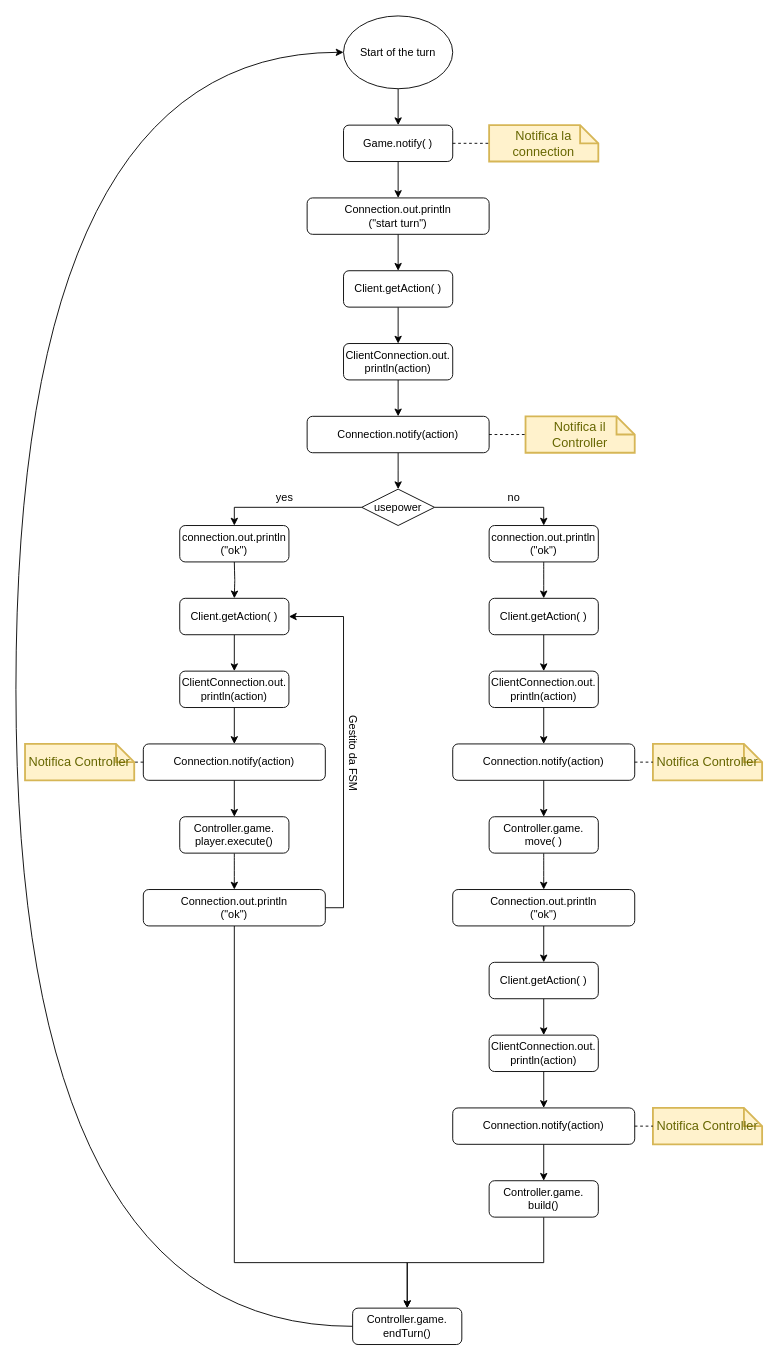
Earlier version of the draw.io diagram various/Turn.drawio (riccardopaltrinieri/Santorini-desktop-game). Source tidied: cells renumbered, new cells numbered last; positions are measured from the earlier drawing's top-left corner, leaving out a move shared by most shapes. Both pictures are drawn from the tidied source at 91%, with x=0, y=0 at pixel (15, 15).
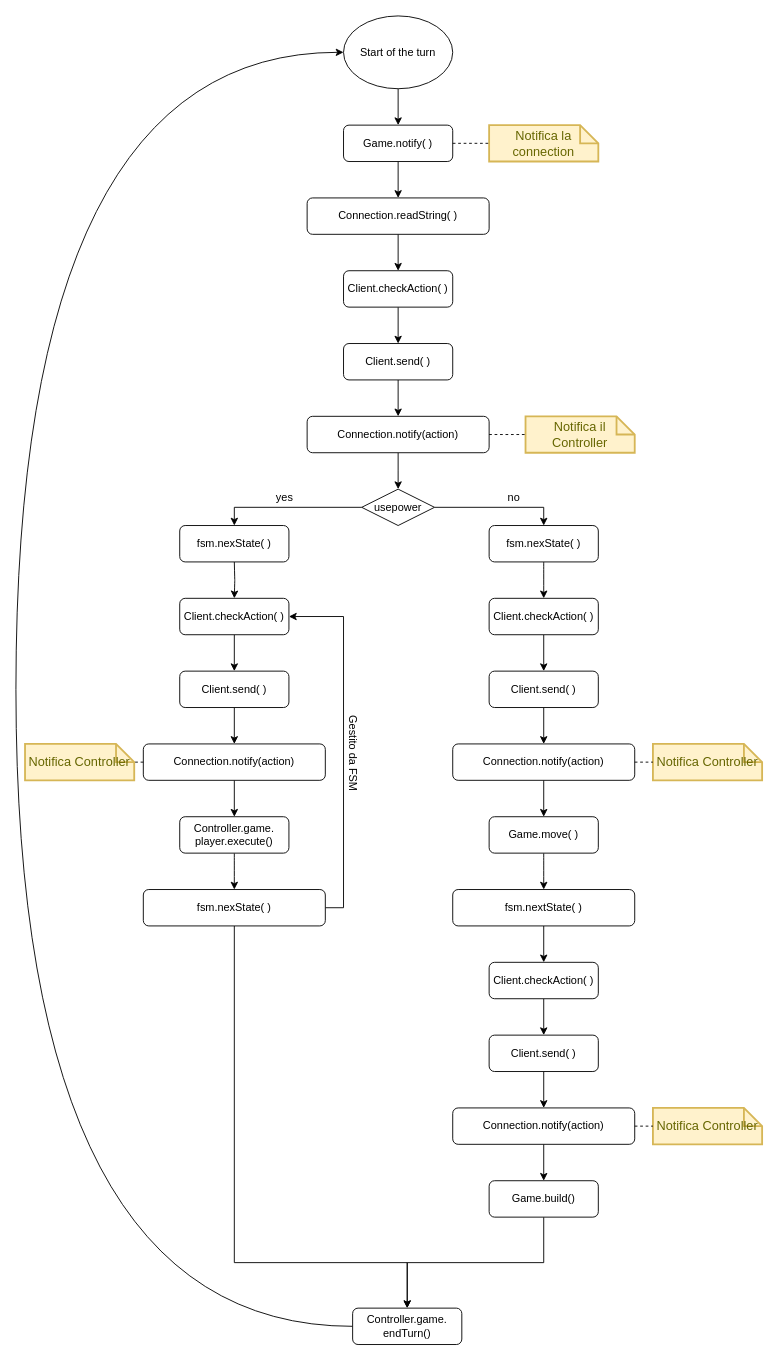
The same page after the edit.

Diff of the diagram source:
```diff
@@
-    <mxCell id="7" value="Connection.out.println&lt;br&gt;(&quot;start turn&quot;)" style="rounded=1;whiteSpace=wrap;html=1;" parent="1" vertex="1">
+    <mxCell id="7" value="Connection.readString( )" style="rounded=1;whiteSpace=wrap;html=1;" parent="1" vertex="1">
       <mxGeometry x="320" y="200" width="200" height="40" as="geometry" />
     </mxCell>
@@
-    <mxCell id="9" value="Client.getAction( )" style="rounded=1;whiteSpace=wrap;html=1;" parent="1" vertex="1">
+    <mxCell id="9" value="Client.checkAction( )" style="rounded=1;whiteSpace=wrap;html=1;" parent="1" vertex="1">
       <mxGeometry x="360" y="280" width="120" height="40" as="geometry" />
     </mxCell>
@@
-    <mxCell id="11" value="ClientConnection.out.&lt;br&gt;println(action)" style="rounded=1;whiteSpace=wrap;html=1;" parent="1" vertex="1">
+    <mxCell id="11" value="Client.send( )" style="rounded=1;whiteSpace=wrap;html=1;" parent="1" vertex="1">
       <mxGeometry x="360" y="360" width="120" height="40" as="geometry" />
     </mxCell>
@@
-    <mxCell id="23" value="Client.getAction( )" style="rounded=1;whiteSpace=wrap;html=1;" parent="1" vertex="1">
+    <mxCell id="23" value="Client.checkAction( )" style="rounded=1;whiteSpace=wrap;html=1;" parent="1" vertex="1">
       <mxGeometry x="520" y="640" width="120" height="40" as="geometry" />
     </mxCell>
@@
-    <mxCell id="25" value="ClientConnection.out.&lt;br&gt;println(action)" style="rounded=1;whiteSpace=wrap;html=1;" parent="1" vertex="1">
+    <mxCell id="25" value="Client.send( )" style="rounded=1;whiteSpace=wrap;html=1;" parent="1" vertex="1">
       <mxGeometry x="520" y="720" width="120" height="40" as="geometry" />
     </mxCell>
@@
-    <mxCell id="31" value="Controller.game.&lt;br&gt;build()" style="rounded=1;whiteSpace=wrap;html=1;" parent="1" vertex="1">
+    <mxCell id="31" value="Game.build()" style="rounded=1;whiteSpace=wrap;html=1;" parent="1" vertex="1">
       <mxGeometry x="520" y="1280" width="120" height="40" as="geometry" />
     </mxCell>
@@
-    <mxCell id="35" value="Connection.out.println&lt;br&gt;(&quot;ok&quot;)" style="rounded=1;whiteSpace=wrap;html=1;" parent="1" vertex="1">
+    <mxCell id="35" value="fsm.nextState( )" style="rounded=1;whiteSpace=wrap;html=1;" parent="1" vertex="1">
       <mxGeometry x="480" y="960" width="200" height="40" as="geometry" />
     </mxCell>
@@
-    <mxCell id="37" value="Client.getAction( )" style="rounded=1;whiteSpace=wrap;html=1;" parent="1" vertex="1">
+    <mxCell id="37" value="Client.checkAction( )" style="rounded=1;whiteSpace=wrap;html=1;" parent="1" vertex="1">
       <mxGeometry x="520" y="1040" width="120" height="40" as="geometry" />
     </mxCell>
@@
-    <mxCell id="39" value="ClientConnection.out.&lt;br&gt;println(action)" style="rounded=1;whiteSpace=wrap;html=1;" parent="1" vertex="1">
+    <mxCell id="39" value="Client.send( )" style="rounded=1;whiteSpace=wrap;html=1;" parent="1" vertex="1">
       <mxGeometry x="520" y="1120" width="120" height="40" as="geometry" />
     </mxCell>
@@
-    <mxCell id="46" value="Controller.game.&lt;br&gt;move( )" style="rounded=1;whiteSpace=wrap;html=1;" parent="1" vertex="1">
+    <mxCell id="46" value="Game.move( )" style="rounded=1;whiteSpace=wrap;html=1;" parent="1" vertex="1">
       <mxGeometry x="520" y="880" width="120" height="40" as="geometry" />
     </mxCell>
@@
-    <mxCell id="50" value="connection.out.println&lt;br&gt;(&quot;ok&quot;)" style="rounded=1;whiteSpace=wrap;html=1;" parent="1" vertex="1">
+    <mxCell id="50" value="fsm.nexState( )" style="rounded=1;whiteSpace=wrap;html=1;" parent="1" vertex="1">
       <mxGeometry x="520" y="560" width="120" height="40" as="geometry" />
     </mxCell>
-    <mxCell id="51" value="connection.out.println&lt;br&gt;(&quot;ok&quot;)" style="rounded=1;whiteSpace=wrap;html=1;" parent="1" vertex="1">
+    <mxCell id="51" value="fsm.nexState( )" style="rounded=1;whiteSpace=wrap;html=1;" parent="1" vertex="1">
       <mxGeometry x="180" y="560" width="120" height="40" as="geometry" />
     </mxCell>
@@
-    <mxCell id="53" value="Client.getAction( )" style="rounded=1;whiteSpace=wrap;html=1;" parent="1" vertex="1">
+    <mxCell id="53" value="Client.checkAction( )" style="rounded=1;whiteSpace=wrap;html=1;" parent="1" vertex="1">
       <mxGeometry x="180" y="640" width="120" height="40" as="geometry" />
     </mxCell>
@@
-    <mxCell id="55" value="ClientConnection.out.&lt;br&gt;println(action)" style="rounded=1;whiteSpace=wrap;html=1;" parent="1" vertex="1">
+    <mxCell id="55" value="Client.send( )" style="rounded=1;whiteSpace=wrap;html=1;" parent="1" vertex="1">
       <mxGeometry x="180" y="720" width="120" height="40" as="geometry" />
     </mxCell>
@@
-    <mxCell id="61" value="Connection.out.println&lt;br&gt;(&quot;ok&quot;)" style="rounded=1;whiteSpace=wrap;html=1;" parent="1" vertex="1">
+    <mxCell id="61" value="fsm.nexState( )" style="rounded=1;whiteSpace=wrap;html=1;" parent="1" vertex="1">
       <mxGeometry x="140" y="960" width="200" height="40" as="geometry" />
     </mxCell>
```
